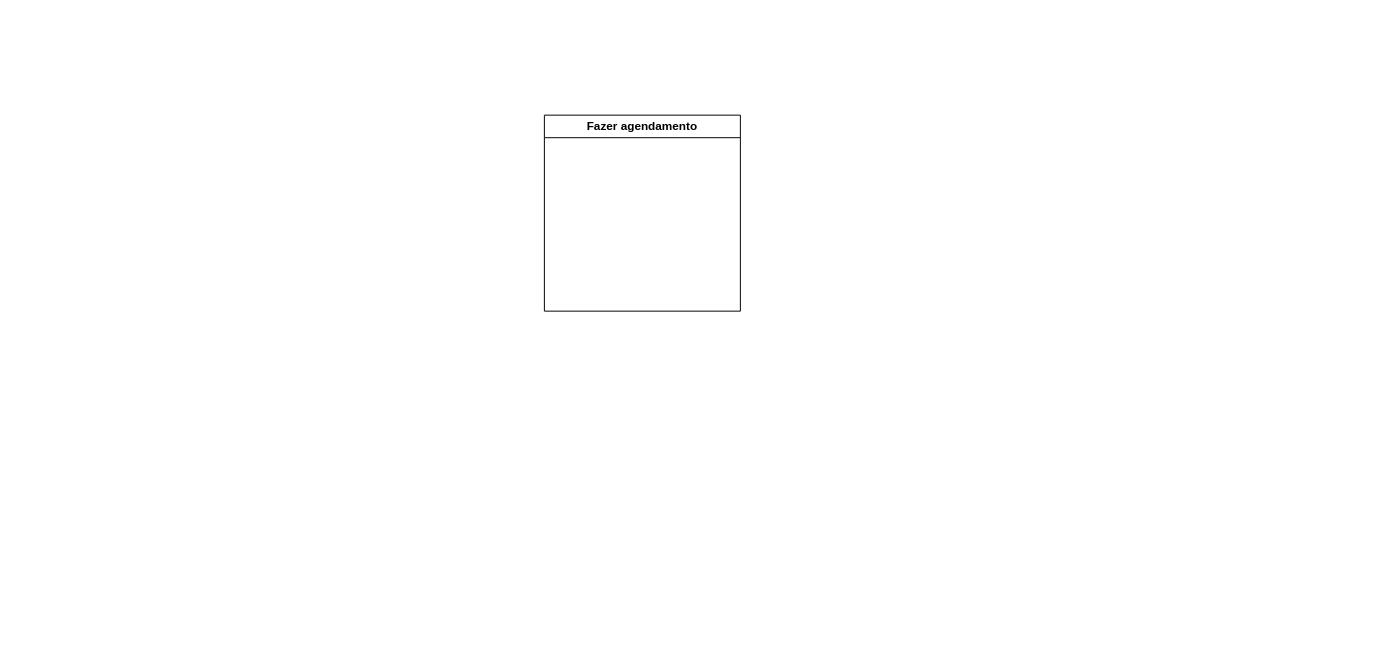
The draw.io diagram tp ihc - modelagem de interação.drawio in manuelamfo/TP-IHC-2024-2, before the edit. Source tidied: cells renumbered, new cells numbered last; positions are measured from the earlier drawing's top-left corner, leaving out a move shared by most shapes. Both pictures are drawn from the tidied source at 98%, with x=0, y=0 at pixel (544, 115).
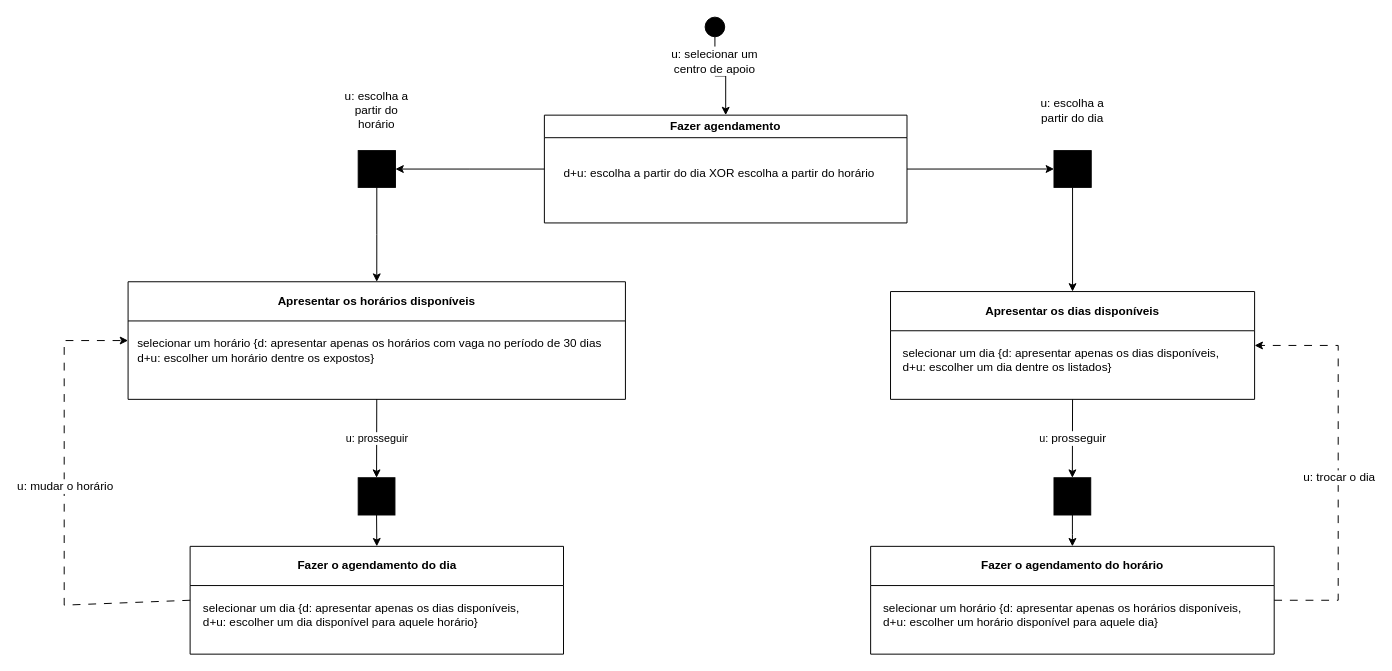
After the change.

Change to the diagram source:
```diff
@@
+    <mxCell id="3" style="edgeStyle=orthogonalEdgeStyle;rounded=0;jettySize=auto;html=1;" parent="1" edge="1" source="2" target="9">
+      <mxGeometry relative="1" as="geometry" />
+    </mxCell>
     <mxCell id="2" value="Fazer agendamento" style="swimlane;whiteSpace=wrap;html=1;" parent="1" vertex="1">
-      <mxGeometry width="200" height="200" as="geometry" />
+      <mxGeometry width="370" height="110" as="geometry" />
     </mxCell>
+    <mxCell id="4" value="d+u: escolha a partir do dia XOR escolha a partir do horário" style="text;html=1;align=left;verticalAlign=middle;strokeColor=none;fillColor=none;rotation=0;" parent="2" vertex="1">
+      <mxGeometry x="18" y="45" width="340" height="30" as="geometry" />
+    </mxCell>
+    <mxCell id="5" style="edgeStyle=orthogonalEdgeStyle;rounded=0;jettySize=auto;html=1;entryX=0.5;entryY=0;entryDx=0;entryDy=0;" parent="1" edge="1" source="6" target="2">
+      <mxGeometry relative="1" as="geometry" />
+    </mxCell>
+    <mxCell id="6" style="ellipse;whiteSpace=wrap;html=1;fillColor=#000000;" parent="1" vertex="1">
+      <mxGeometry x="164" y="-100" width="20" height="20" as="geometry" />
+    </mxCell>
+    <mxCell id="7" value="u: selecionar um centro de apoio" style="text;html=1;align=center;verticalAlign=middle;whiteSpace=wrap;rounded=0;fillColor=default;" parent="1" vertex="1">
+      <mxGeometry x="116" y="-70" width="116" height="30" as="geometry" />
+    </mxCell>
+    <mxCell id="8" style="edgeStyle=orthogonalEdgeStyle;rounded=0;jettySize=auto;html=1;entryX=0.5;entryY=0;entryDx=0;entryDy=0;" parent="1" edge="1" source="9" target="11">
+      <mxGeometry relative="1" as="geometry" />
+    </mxCell>
+    <mxCell id="9" style="whiteSpace=wrap;html=1;fontStyle=1;startSize=23;fillColor=#000000;" parent="1" vertex="1">
+      <mxGeometry x="-190" y="36.2" width="38" height="37.5" as="geometry" />
+    </mxCell>
+    <mxCell id="10" value="u: escolha a partir do horário" style="text;html=1;align=center;verticalAlign=middle;whiteSpace=wrap;rounded=0;" parent="1" vertex="1">
+      <mxGeometry x="-212" y="-30" width="82" height="50" as="geometry" />
+    </mxCell>
+    <mxCell id="11" value="Apresentar os horários disponíveis" style="swimlane;whiteSpace=wrap;html=1;startSize=40;" parent="1" vertex="1">
+      <mxGeometry x="-424.8" y="170" width="507.5" height="120" as="geometry" />
+    </mxCell>
+    <mxCell id="12" value="selecionar um horário&amp;nbsp;&lt;span style=&quot;background-color: initial;&quot;&gt;{d: apresentar apenas&amp;nbsp;&lt;/span&gt;&lt;span style=&quot;background-color: initial;&quot;&gt;os horários com vaga no período de 30 dias&lt;/span&gt;&lt;span style=&quot;background-color: initial;&quot;&gt;&amp;nbsp;&lt;/span&gt;&lt;div&gt;&lt;div&gt;&lt;div&gt;d+u: escolher um horário dentre os expostos}&amp;nbsp;&lt;/div&gt;&lt;/div&gt;&lt;/div&gt;" style="text;html=1;align=left;verticalAlign=middle;strokeColor=none;fillColor=none;" parent="11" vertex="1">
+      <mxGeometry x="7.5" y="50" width="500" height="40" as="geometry" />
+    </mxCell>
+    <mxCell id="13" style="edgeStyle=orthogonalEdgeStyle;rounded=0;jettySize=auto;html=1;entryX=0.5;entryY=0;entryDx=0;entryDy=0;" parent="1" edge="1" source="14" target="16">
+      <mxGeometry relative="1" as="geometry" />
+    </mxCell>
+    <mxCell id="14" style="whiteSpace=wrap;html=1;fontStyle=1;startSize=23;fillColor=#000000;" parent="1" vertex="1">
+      <mxGeometry x="520" y="36.2" width="38" height="37.5" as="geometry" />
+    </mxCell>
+    <mxCell id="15" value="u: escolha a partir do dia" style="text;html=1;align=center;verticalAlign=middle;whiteSpace=wrap;rounded=0;" parent="1" vertex="1">
+      <mxGeometry x="498" y="-30" width="82" height="50" as="geometry" />
+    </mxCell>
+    <mxCell id="16" value="Apresentar os dias disponíveis" style="swimlane;whiteSpace=wrap;html=1;startSize=40;" parent="1" vertex="1">
+      <mxGeometry x="353.2" y="180" width="371.5" height="110" as="geometry" />
+    </mxCell>
+    <mxCell id="17" value="&lt;div&gt;selecionar um dia {d: apresentar apenas os dias disponíveis,&lt;/div&gt;&lt;div&gt;d+u: escolher um dia dentre os listados}&lt;/div&gt;" style="text;html=1;align=left;verticalAlign=middle;strokeColor=none;fillColor=none;" parent="16" vertex="1">
+      <mxGeometry x="11" y="50" width="350" height="40" as="geometry" />
+    </mxCell>
+    <mxCell id="18" style="endArrow=classic;html=1;rounded=0;exitX=1;exitY=0.5;exitDx=0;exitDy=0;entryX=0;entryY=0.5;entryDx=0;entryDy=0;" parent="1" edge="1" source="2" target="14">
+      <mxGeometry relative="1" as="geometry" />
+    </mxCell>
+    <mxCell id="19" value="Fazer o agendamento do horário" style="swimlane;whiteSpace=wrap;html=1;startSize=40;" parent="1" vertex="1">
+      <mxGeometry x="332.9" y="440" width="411.8" height="110" as="geometry" />
+    </mxCell>
+    <mxCell id="20" value="&lt;div&gt;selecionar um horário {d: apresentar apenas os horários disponíveis,&lt;/div&gt;&lt;div&gt;d+u: escolher um horário disponível para aquele dia}&lt;/div&gt;" style="text;html=1;align=left;verticalAlign=middle;strokeColor=none;fillColor=none;" parent="19" vertex="1">
+      <mxGeometry x="11" y="50" width="390" height="40" as="geometry" />
+    </mxCell>
+    <mxCell id="21" style="endArrow=classic;html=1;rounded=0;exitX=0.5;exitY=1;exitDx=0;exitDy=0;entryX=0;entryY=0.5;entryDx=0;entryDy=0;" parent="1" edge="1" source="16" target="24">
+      <mxGeometry relative="1" as="geometry" />
+    </mxCell>
+    <mxCell id="22" value="u: &lt;font style=&quot;font-size: 12px;&quot;&gt;prosseguir&lt;/font&gt;" style="edgeLabel;html=1;align=center;verticalAlign=middle;" parent="21" vertex="1">
+      <mxGeometry relative="1" as="geometry" />
+    </mxCell>
+    <mxCell id="23" style="edgeStyle=orthogonalEdgeStyle;rounded=0;jettySize=auto;html=1;entryX=0.5;entryY=0;entryDx=0;entryDy=0;" parent="1" edge="1" source="24" target="19">
+      <mxGeometry relative="1" as="geometry" />
+    </mxCell>
+    <mxCell id="24" style="whiteSpace=wrap;html=1;fontStyle=1;startSize=23;fillColor=#000000;direction=south;" parent="1" vertex="1">
+      <mxGeometry x="520" y="370" width="37.5" height="38" as="geometry" />
+    </mxCell>
+    <mxCell id="25" style="endArrow=classic;html=1;rounded=0;entryX=1;entryY=0.5;entryDx=0;entryDy=0;dashed=1;dashPattern=8 8;exitX=1;exitY=0.5;exitDx=0;exitDy=0;" parent="1" edge="1" source="19" target="16">
+      <mxGeometry relative="1" as="geometry">
+        <Array as="points">
+          <mxPoint x="810" y="495" />
+          <mxPoint x="810" y="235" />
+        </Array>
+      </mxGeometry>
+    </mxCell>
+    <mxCell id="26" value="u: trocar o dia" style="edgeLabel;html=1;align=center;verticalAlign=middle;fontSize=12;" parent="25" vertex="1">
+      <mxGeometry relative="1" as="geometry">
+        <mxPoint y="14" as="offset" />
+      </mxGeometry>
+    </mxCell>
+    <mxCell id="27" style="endArrow=classic;html=1;rounded=0;exitX=0.5;exitY=1;exitDx=0;exitDy=0;entryX=0;entryY=0.5;entryDx=0;entryDy=0;" parent="1" edge="1" source="11" target="29">
+      <mxGeometry relative="1" as="geometry" />
+    </mxCell>
+    <mxCell id="28" value="u: prosseguir" style="edgeLabel;html=1;align=center;verticalAlign=middle;" parent="27" vertex="1">
+      <mxGeometry relative="1" as="geometry" />
+    </mxCell>
+    <mxCell id="29" style="whiteSpace=wrap;html=1;fontStyle=1;startSize=23;fillColor=#000000;direction=south;" parent="1" vertex="1">
+      <mxGeometry x="-190" y="370" width="37.5" height="38" as="geometry" />
+    </mxCell>
+    <mxCell id="30" style="endArrow=classic;html=1;rounded=0;exitX=1;exitY=0.5;exitDx=0;exitDy=0;entryX=0.5;entryY=0;entryDx=0;entryDy=0;" parent="1" edge="1" source="29" target="31">
+      <mxGeometry relative="1" as="geometry" />
+    </mxCell>
+    <mxCell id="31" value="Fazer o agendamento do dia" style="swimlane;whiteSpace=wrap;html=1;startSize=40;" parent="1" vertex="1">
+      <mxGeometry x="-361.5" y="440" width="381" height="110" as="geometry" />
+    </mxCell>
+    <mxCell id="32" value="&lt;div&gt;selecionar um dia {d: apresentar apenas os dias disponíveis,&lt;/div&gt;&lt;div&gt;d+u: escolher um dia disponível para aquele horário}&lt;/div&gt;" style="text;html=1;align=left;verticalAlign=middle;strokeColor=none;fillColor=none;" parent="31" vertex="1">
+      <mxGeometry x="11" y="50" width="350" height="40" as="geometry" />
+    </mxCell>
+    <mxCell id="33" style="endArrow=classic;html=1;rounded=0;entryX=0;entryY=0.5;entryDx=0;entryDy=0;dashed=1;dashPattern=8 8;exitX=0;exitY=0.5;exitDx=0;exitDy=0;" parent="1" edge="1" source="31" target="11">
+      <mxGeometry relative="1" as="geometry">
+        <Array as="points">
+          <mxPoint x="-490" y="500" />
+          <mxPoint x="-490" y="230" />
+        </Array>
+      </mxGeometry>
+    </mxCell>
+    <mxCell id="34" value="u: mudar o horário" style="edgeLabel;html=1;align=center;verticalAlign=middle;fontSize=12;" parent="33" vertex="1">
+      <mxGeometry relative="1" as="geometry">
+        <mxPoint y="-18" as="offset" />
+      </mxGeometry>
+    </mxCell>
```
